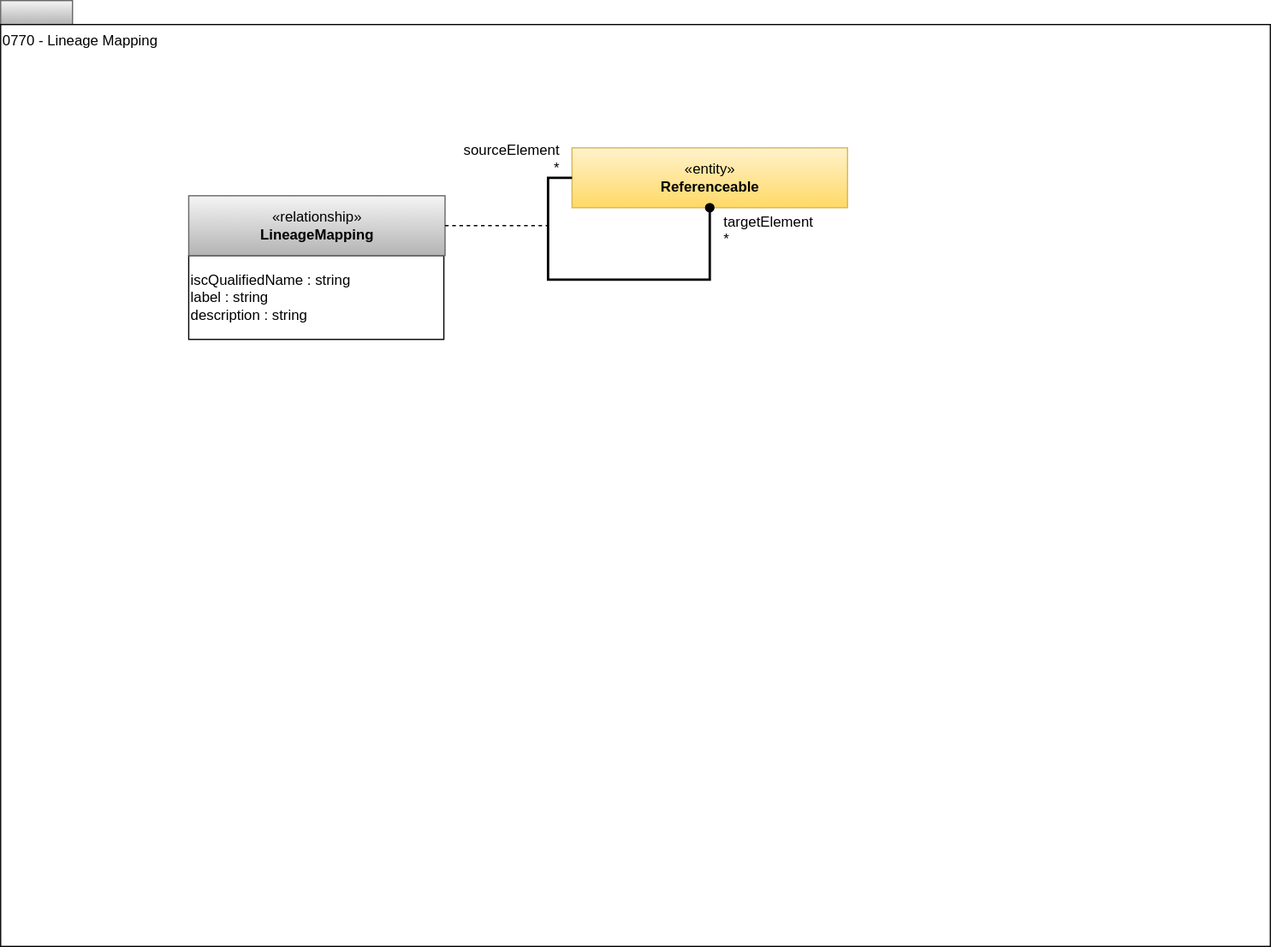
odpi/egeria-docs keeps this draw.io diagram as site/docs/types/7/0770-Lineage-Mapping.svg. Above is the earlier version. Source tidied: cells renumbered, new cells last; positions are measured from the earlier drawing's top-left corner, leaving out a move shared by most shapes.
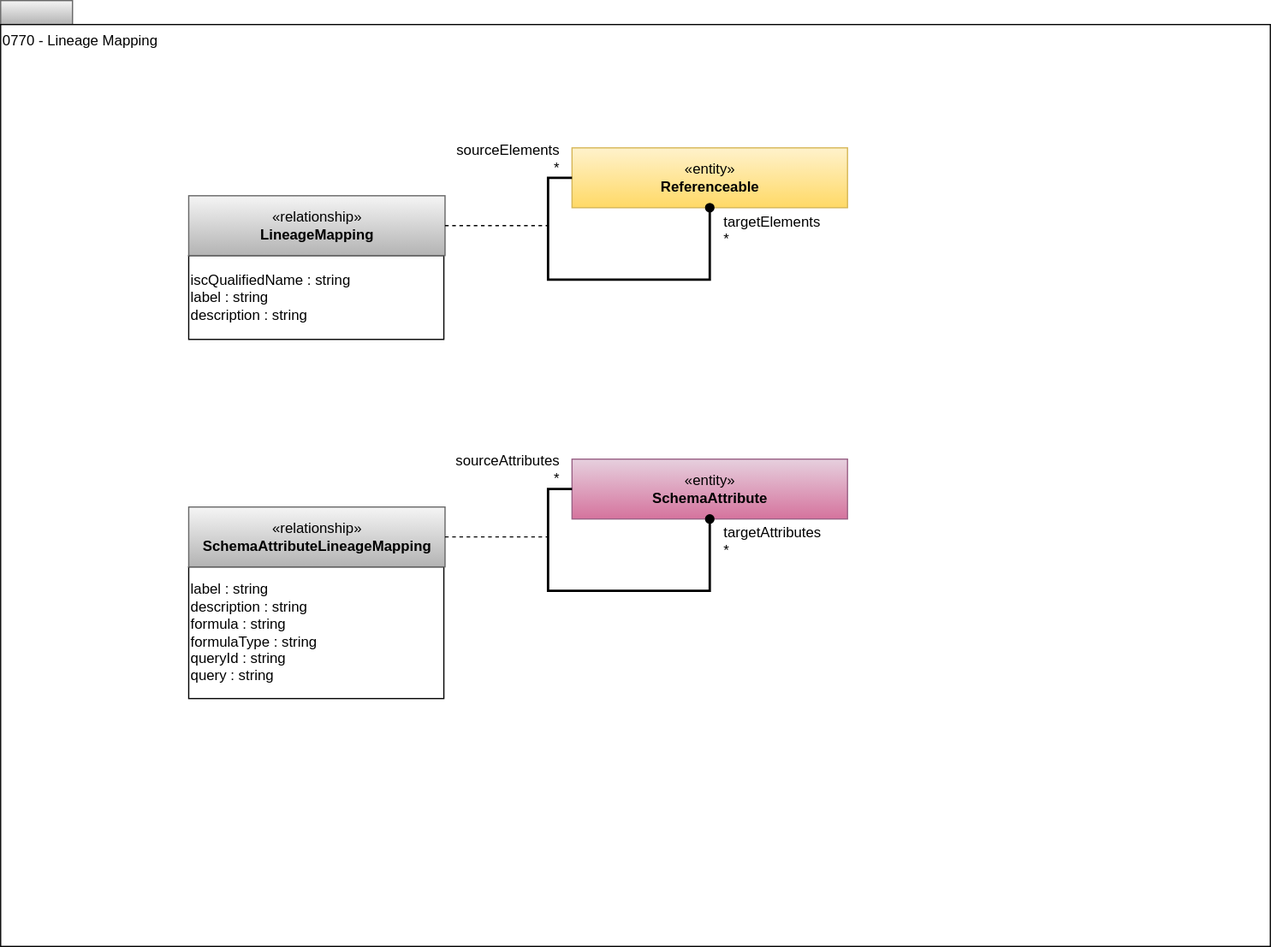
The same diagram one commit later.

Commit message:
Add SchemaAttributeLineageMapping relationship

Change to the diagram source:
```diff
@@ -31,15 +31,48 @@
         </Array>
       </mxGeometry>
     </mxCell>
-    <mxCell id="9" value="targetElement&lt;br style=&quot;font-size: 12px;&quot;&gt;*" style="html=1;align=left;verticalAlign=bottom;labelBackgroundColor=#ffffff;fontSize=12;" parent="1" vertex="1">
+    <mxCell id="9" value="targetElements&lt;br style=&quot;font-size: 12px;&quot;&gt;*" style="html=1;align=left;verticalAlign=bottom;labelBackgroundColor=#ffffff;fontSize=12;" parent="1" vertex="1">
       <mxGeometry x="592" y="173" as="geometry">
         <mxPoint x="10" y="35" as="offset" />
       </mxGeometry>
     </mxCell>
-    <mxCell id="10" value="sourceElement&lt;br style=&quot;font-size: 12px;&quot;&gt;*" style="html=1;align=right;verticalAlign=bottom;labelBackgroundColor=#ffffff;fontSize=12;" parent="1" vertex="1">
+    <mxCell id="10" value="sourceElements&lt;br style=&quot;font-size: 12px;&quot;&gt;*" style="html=1;align=right;verticalAlign=bottom;labelBackgroundColor=#ffffff;fontSize=12;" parent="1" vertex="1">
       <mxGeometry x="477" y="148" as="geometry">
         <mxPoint x="-10" as="offset" />
       </mxGeometry>
     </mxCell>
+    <mxCell id="11" value="«entity»&lt;br&gt;&lt;b&gt;SchemaAttribute&lt;/b&gt;" style="html=1;strokeColor=#996185;align=center;fillColor=#e6d0de;gradientColor=#d5739d;" parent="1" vertex="1">
+      <mxGeometry x="477" y="383" width="230" height="50" as="geometry" />
+    </mxCell>
+    <mxCell id="12" value="&lt;div style=&quot;text-align: left&quot;&gt;&lt;span style=&quot;background-color: transparent; color: light-dark(rgb(0, 0, 0), rgb(255, 255, 255));&quot;&gt;label : string&lt;/span&gt;&lt;br&gt;&lt;/div&gt;&lt;div style=&quot;text-align: left&quot;&gt;description : string&lt;br&gt;&lt;/div&gt;&lt;div style=&quot;text-align: left&quot;&gt;formula : string&lt;/div&gt;&lt;div style=&quot;text-align: left&quot;&gt;formulaType : string&lt;/div&gt;&lt;div style=&quot;text-align: left&quot;&gt;queryId : string&lt;/div&gt;&lt;div style=&quot;text-align: left&quot;&gt;query : string&lt;/div&gt;" style="rounded=0;whiteSpace=wrap;html=1;strokeColor=#000000;gradientColor=#ffffff;align=left;" parent="1" vertex="1">
+      <mxGeometry x="157" y="473" width="213" height="110" as="geometry" />
+    </mxCell>
+    <mxCell id="13" value="«relationship»&lt;br&gt;&lt;b&gt;SchemaAttributeLineageMapping&lt;/b&gt;" style="html=1;strokeColor=#666666;align=center;fillColor=#f5f5f5;gradientColor=#b3b3b3;" parent="1" vertex="1">
+      <mxGeometry x="157" y="423" width="214" height="50" as="geometry" />
+    </mxCell>
+    <mxCell id="14" style="endArrow=none;dashed=1;html=1;exitX=1;exitY=0.5;exitDx=0;exitDy=0;" parent="1" edge="1" source="13">
+      <mxGeometry relative="1" as="geometry">
+        <mxPoint x="457" y="448" as="targetPoint" />
+      </mxGeometry>
+    </mxCell>
+    <mxCell id="15" style="edgeStyle=orthogonalEdgeStyle;rounded=0;orthogonalLoop=1;jettySize=auto;html=1;exitX=0;exitY=0.5;exitDx=0;exitDy=0;endArrow=oval;endFill=1;strokeWidth=2;" parent="1" edge="1" source="11" target="11">
+      <mxGeometry relative="1" as="geometry">
+        <Array as="points">
+          <mxPoint x="457" y="408" />
+          <mxPoint x="457" y="493" />
+          <mxPoint x="592" y="493" />
+        </Array>
+      </mxGeometry>
+    </mxCell>
+    <mxCell id="16" value="targetAttributes&lt;br style=&quot;font-size: 12px;&quot;&gt;*" style="html=1;align=left;verticalAlign=bottom;labelBackgroundColor=#ffffff;fontSize=12;" parent="1" vertex="1">
+      <mxGeometry x="592" y="433" as="geometry">
+        <mxPoint x="10" y="35" as="offset" />
+      </mxGeometry>
+    </mxCell>
+    <mxCell id="17" value="sourceAttributes&lt;br style=&quot;font-size: 12px;&quot;&gt;*" style="html=1;align=right;verticalAlign=bottom;labelBackgroundColor=#ffffff;fontSize=12;" parent="1" vertex="1">
+      <mxGeometry x="477" y="408" as="geometry">
+        <mxPoint x="-10" as="offset" />
+      </mxGeometry>
+    </mxCell>
   </root>
 </mxGraphModel>
```
